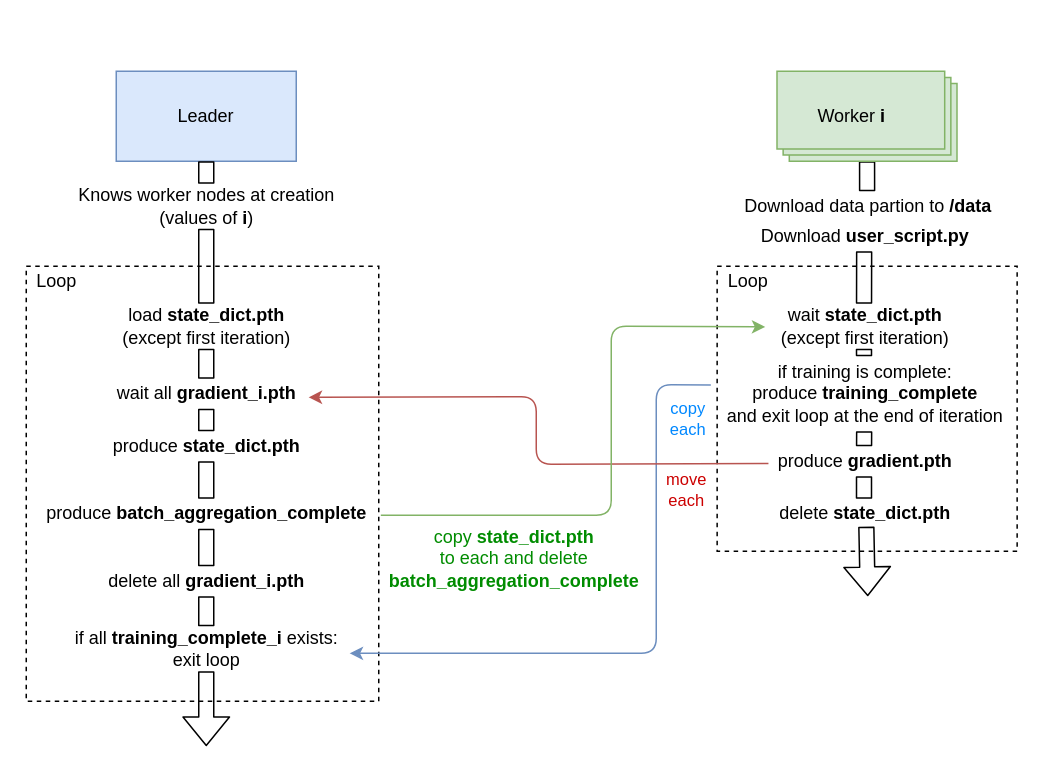
Above: pytorch/documentation.drawio in mercury-protocol/mcy-sgx-gramine (draw.io), before the change. Source tidied: cells renumbered, new cells numbered last; positions are measured from the earlier drawing's top-left corner, leaving out a move shared by most shapes. Both pictures are drawn from the tidied source at 150%, with x=0, y=0 at pixel (26, 70).
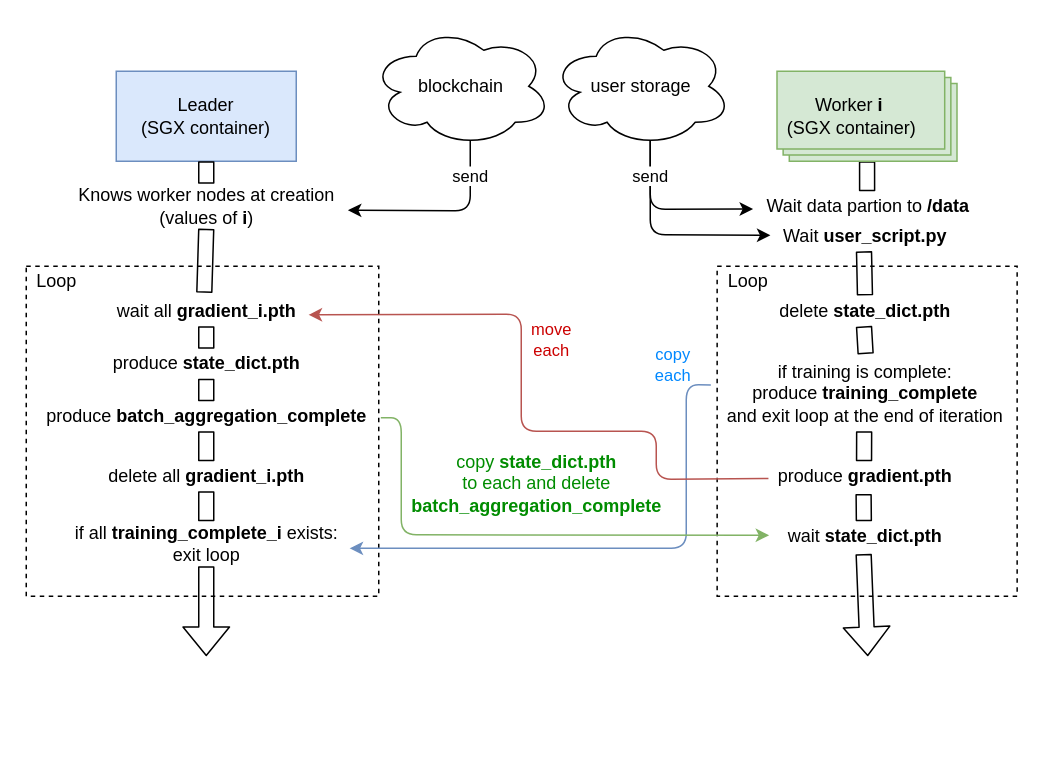
The same diagram, later.

Unchanged cells that the change refers to:
```xml
<mxCell id="7" value="Knows worker nodes at creation&lt;br&gt;(values of &lt;b&gt;i&lt;/b&gt;)" style="text;html=1;align=center;verticalAlign=middle;points=[];strokeColor=none;fillColor=none;labelBackgroundColor=default;" parent="1" vertex="1">
  <mxGeometry x="25" y="75" width="190" height="30" as="geometry" />
</mxCell>
<mxCell id="19" value="if training is complete:&lt;br&gt;produce &lt;b&gt;training_complete&lt;/b&gt;&lt;br&gt;and exit loop at the end of iteration" style="text;html=1;align=center;verticalAlign=middle;points=[];strokeColor=none;fillColor=none;" parent="1" vertex="1">
  <mxGeometry x="458.6" y="190" width="200" height="50" as="geometry" />
</mxCell>
```

Diff of the diagram source:
```diff
@@
     <mxCell id="2" style="rounded=0;whiteSpace=wrap;html=1;labelBackgroundColor=default;dashed=1;fillColor=none;" parent="1" vertex="1">
-      <mxGeometry y="130" width="235" height="290" as="geometry" />
+      <mxGeometry y="130" width="235" height="220" as="geometry" />
     </mxCell>
     <mxCell id="3" style="rounded=0;whiteSpace=wrap;html=1;labelBackgroundColor=default;dashed=1;fillColor=none;" parent="1" vertex="1">
-      <mxGeometry x="460.6" y="130" width="200" height="190" as="geometry" />
+      <mxGeometry x="460.6" y="130" width="200" height="220" as="geometry" />
     </mxCell>
-    <mxCell id="4" value="Leader" style="rounded=0;whiteSpace=wrap;html=1;fillColor=#dae8fc;strokeColor=#6c8ebf;" parent="1" vertex="1">
+    <mxCell id="4" value="Leader&lt;br&gt;(SGX container)" style="rounded=0;whiteSpace=wrap;html=1;fillColor=#dae8fc;strokeColor=#6c8ebf;" parent="1" vertex="1">
       <mxGeometry x="60" width="120" height="60" as="geometry" />
     </mxCell>
     <mxCell id="5" style="shape=flexArrow;endArrow=classic;html=1;exitX=0.5;exitY=1;exitDx=0;exitDy=0;startArrow=none;" parent="1" edge="1" source="30">
       <mxGeometry relative="1" as="geometry">
-        <mxPoint x="120" y="450" as="targetPoint" />
+        <mxPoint x="120" y="390" as="targetPoint" />
       </mxGeometry>
     </mxCell>
-    <mxCell id="6" style="shape=flexArrow;endArrow=classic;html=1;exitX=0.512;exitY=0.926;exitDx=0;exitDy=0;startArrow=none;exitPerimeter=0;" parent="1" edge="1" source="41">
+    <mxCell id="6" style="shape=flexArrow;endArrow=classic;html=1;exitX=0.498;exitY=1.092;exitDx=0;exitDy=0;startArrow=none;exitPerimeter=0;" parent="1" edge="1" source="43">
       <mxGeometry relative="1" as="geometry">
-        <mxPoint x="561" y="350" as="targetPoint" />
+        <mxPoint x="561" y="390" as="targetPoint" />
       </mxGeometry>
     </mxCell>
@@
-    <mxCell id="9" value="Download data partion to &lt;b&gt;/data&lt;/b&gt;" style="text;html=1;align=center;verticalAlign=middle;points=[];strokeColor=none;fillColor=none;" parent="1" vertex="1">
-      <mxGeometry x="470.6" y="80" width="180" height="20" as="geometry" />
+    <mxCell id="9" value="Wait data partion to &lt;b&gt;/data&lt;/b&gt;" style="text;html=1;align=center;verticalAlign=middle;points=[];strokeColor=none;fillColor=none;" parent="1" vertex="1">
+      <mxGeometry x="485.6" y="80" width="150" height="20" as="geometry" />
     </mxCell>
@@
-    <mxCell id="11" value="Download &lt;b&gt;user_script.py&lt;/b&gt;" style="text;html=1;align=center;verticalAlign=middle;points=[];strokeColor=none;fillColor=none;" parent="1" vertex="1">
-      <mxGeometry x="483.6" y="100" width="150" height="20" as="geometry" />
+    <mxCell id="11" value="Wait&amp;nbsp;&lt;b&gt;user_script.py&lt;/b&gt;" style="text;html=1;align=center;verticalAlign=middle;points=[];strokeColor=none;fillColor=none;" parent="1" vertex="1">
+      <mxGeometry x="498.5" y="100" width="120" height="20" as="geometry" />
     </mxCell>
@@
-    <mxCell id="15" value="wait&amp;nbsp;&lt;b&gt;state_dict.pth&lt;/b&gt;&lt;br&gt;(except first iteration)" style="text;html=1;align=center;verticalAlign=middle;points=[];strokeColor=none;fillColor=none;" parent="1" vertex="1">
-      <mxGeometry x="493.5" y="155" width="130" height="30" as="geometry" />
-    </mxCell>
-    <mxCell id="16" style="shape=flexArrow;endArrow=none;html=1;exitX=0.5;exitY=1;exitDx=0;exitDy=0;startArrow=none;" parent="1" edge="1" source="11" target="15">
+    <mxCell id="16" style="shape=flexArrow;endArrow=none;html=1;exitX=0.5;exitY=1;exitDx=0;exitDy=0;startArrow=none;entryX=0.505;entryY=-0.03;entryDx=0;entryDy=0;entryPerimeter=0;" parent="1" edge="1" source="41" target="19">
       <mxGeometry relative="1" as="geometry" />
     </mxCell>
     <mxCell id="17" value="produce &lt;b&gt;state_dict.pth&lt;/b&gt;" style="text;html=1;align=center;verticalAlign=middle;points=[];strokeColor=none;fillColor=none;" parent="1" vertex="1">
-      <mxGeometry x="50" y="240" width="140" height="20" as="geometry" />
+      <mxGeometry x="50" y="185" width="140" height="20" as="geometry" />
     </mxCell>
@@
-    <mxCell id="20" style="shape=flexArrow;endArrow=none;html=1;exitX=0.5;exitY=1;exitDx=0;exitDy=0;startArrow=none;" parent="1" edge="1" source="15" target="19">
-      <mxGeometry relative="1" as="geometry" />
-    </mxCell>
     <mxCell id="21" value="produce &lt;b&gt;gradient.pth&lt;/b&gt;" style="text;html=1;align=center;verticalAlign=middle;points=[];strokeColor=none;fillColor=none;" parent="1" vertex="1">
-      <mxGeometry x="493.5" y="250" width="130" height="20" as="geometry" />
+      <mxGeometry x="493.5" y="260" width="130" height="20" as="geometry" />
     </mxCell>
@@
-    <mxCell id="23" value="load &lt;b&gt;state_dict.pth&lt;/b&gt;&lt;br&gt;(except first iteration)" style="text;html=1;align=center;verticalAlign=middle;points=[];strokeColor=none;fillColor=none;" parent="1" vertex="1">
-      <mxGeometry x="55" y="155" width="130" height="30" as="geometry" />
-    </mxCell>
-    <mxCell id="24" style="shape=flexArrow;endArrow=none;html=1;exitX=0.5;exitY=1;exitDx=0;exitDy=0;startArrow=none;" parent="1" edge="1" source="7" target="23">
+    <mxCell id="24" style="shape=flexArrow;endArrow=none;html=1;exitX=0.5;exitY=1;exitDx=0;exitDy=0;startArrow=none;entryX=0.49;entryY=-0.117;entryDx=0;entryDy=0;entryPerimeter=0;" parent="1" edge="1" source="7" target="25">
       <mxGeometry relative="1" as="geometry" />
     </mxCell>
     <mxCell id="25" value="wait all&amp;nbsp;&lt;b&gt;gradient_i.pth&lt;/b&gt;" style="text;html=1;align=center;verticalAlign=middle;points=[];strokeColor=none;fillColor=none;" parent="1" vertex="1">
-      <mxGeometry x="55" y="205" width="130" height="20" as="geometry" />
+      <mxGeometry x="55" y="150" width="130" height="20" as="geometry" />
     </mxCell>
-    <mxCell id="26" style="shape=flexArrow;endArrow=none;html=1;exitX=0.5;exitY=1;exitDx=0;exitDy=0;startArrow=none;" parent="1" edge="1" source="23" target="25">
-      <mxGeometry relative="1" as="geometry" />
-    </mxCell>
     <mxCell id="27" value="delete all&amp;nbsp;&lt;b&gt;gradient_i.pth&lt;/b&gt;" style="text;html=1;align=center;verticalAlign=middle;points=[];strokeColor=none;fillColor=none;" parent="1" vertex="1">
-      <mxGeometry x="45" y="330" width="150" height="20" as="geometry" />
+      <mxGeometry x="45" y="260" width="150" height="20" as="geometry" />
     </mxCell>
@@
     <mxCell id="30" value="if all&amp;nbsp;&lt;b&gt;training_complete_i&lt;/b&gt;&amp;nbsp;exists:&lt;br&gt;exit loop" style="text;html=1;align=center;verticalAlign=middle;points=[];strokeColor=none;fillColor=none;" parent="1" vertex="1">
-      <mxGeometry x="25" y="370" width="190" height="30" as="geometry" />
+      <mxGeometry x="25" y="300" width="190" height="30" as="geometry" />
     </mxCell>
     <mxCell id="31" style="endArrow=classic;html=1;entryX=1.003;entryY=0.602;entryDx=0;entryDy=0;entryPerimeter=0;fillColor=#dae8fc;strokeColor=#6c8ebf;exitX=-0.011;exitY=0.382;exitDx=0;exitDy=0;exitPerimeter=0;" parent="1" edge="1" source="19" target="30">
       <mxGeometry relative="1" as="geometry">
         <Array as="points">
-          <mxPoint x="420" y="209" />
-          <mxPoint x="420" y="388" />
+          <mxPoint x="440" y="209" />
+          <mxPoint x="440" y="318" />
         </Array>
       </mxGeometry>
     </mxCell>
     <mxCell id="32" value="copy&lt;br&gt;each" style="edgeLabel;html=1;align=center;verticalAlign=middle;fontColor=#0088FF;" parent="31" vertex="1">
       <mxGeometry x="-0.77" y="-2" relative="1" as="geometry">
-        <mxPoint x="22" y="11" as="offset" />
+        <mxPoint x="-8" y="-37" as="offset" />
       </mxGeometry>
     </mxCell>
     <mxCell id="33" style="endArrow=classic;html=1;exitX=0.01;exitY=0.576;exitDx=0;exitDy=0;exitPerimeter=0;entryX=1.025;entryY=0.619;entryDx=0;entryDy=0;entryPerimeter=0;fillColor=#f8cecc;strokeColor=#b85450;" parent="1" edge="1" source="21" target="25">
       <mxGeometry relative="1" as="geometry">
         <Array as="points">
-          <mxPoint x="340" y="262" />
-          <mxPoint x="340" y="217" />
+          <mxPoint x="420" y="272" />
+          <mxPoint x="420" y="240" />
+          <mxPoint x="330" y="240" />
+          <mxPoint x="330" y="162" />
         </Array>
       </mxGeometry>
     </mxCell>
     <mxCell id="34" value="move&lt;br&gt;each" style="edgeLabel;html=1;align=center;verticalAlign=middle;fontColor=#CC0000;" parent="1" vertex="1">
-      <mxGeometry x="500.5" y="280" as="geometry">
+      <mxGeometry x="410" y="180" as="geometry">
         <mxPoint x="-61" y="-2" as="offset" />
       </mxGeometry>
     </mxCell>
-    <mxCell id="35" style="endArrow=classic;html=1;fontColor=#CC0000;exitX=1.006;exitY=0.55;exitDx=0;exitDy=0;exitPerimeter=0;entryX=-0.006;entryY=0.514;entryDx=0;entryDy=0;entryPerimeter=0;fillColor=#d5e8d4;strokeColor=#82b366;" parent="1" edge="1" source="39" target="15">
+    <mxCell id="35" style="endArrow=classic;html=1;fontColor=#CC0000;exitX=1.006;exitY=0.55;exitDx=0;exitDy=0;exitPerimeter=0;entryX=-0.027;entryY=0.467;entryDx=0;entryDy=0;entryPerimeter=0;fillColor=#d5e8d4;strokeColor=#82b366;" parent="1" edge="1" source="39" target="43">
       <mxGeometry relative="1" as="geometry">
         <Array as="points">
-          <mxPoint x="390" y="296" />
-          <mxPoint x="390" y="170" />
+          <mxPoint x="250" y="231" />
+          <mxPoint x="250" y="309" />
         </Array>
       </mxGeometry>
     </mxCell>
     <mxCell id="36" value="&lt;font&gt;copy&amp;nbsp;&lt;b&gt;state_dict.pth&lt;br&gt;&lt;/b&gt;to each and delete&lt;br&gt;&lt;b&gt;batch_aggregation_complete&lt;/b&gt;&lt;br&gt;&lt;/font&gt;" style="text;html=1;align=center;verticalAlign=middle;strokeColor=none;fillColor=none;fontColor=#008C00;" parent="1" vertex="1">
-      <mxGeometry x="235" y="300" width="180" height="50" as="geometry" />
+      <mxGeometry x="250" y="250" width="180" height="50" as="geometry" />
     </mxCell>
@@
-    <mxCell id="38" value="&lt;font color=&quot;#000000&quot;&gt;Worker &lt;b&gt;i&lt;/b&gt;&lt;/font&gt;" style="text;html=1;align=center;verticalAlign=middle;strokeColor=none;fillColor=none;fontColor=#008C00;" parent="1" vertex="1">
-      <mxGeometry x="520" y="20" width="60" height="20" as="geometry" />
+    <mxCell id="38" value="&lt;font color=&quot;#000000&quot;&gt;Worker &lt;b&gt;i&lt;/b&gt;&amp;nbsp;&lt;br&gt;(SGX container)&lt;/font&gt;" style="text;html=1;align=center;verticalAlign=middle;strokeColor=none;fillColor=none;fontColor=#008C00;" parent="1" vertex="1">
+      <mxGeometry x="500" y="15" width="100" height="30" as="geometry" />
     </mxCell>
     <mxCell id="39" value="&lt;font color=&quot;#000000&quot;&gt;produce &lt;b&gt;batch_aggregation_complete&lt;/b&gt;&lt;/font&gt;" style="text;html=1;align=center;verticalAlign=middle;points=[];strokeColor=none;fillColor=none;fontColor=#008C00;" parent="1" vertex="1">
-      <mxGeometry x="5" y="285" width="230" height="20" as="geometry" />
+      <mxGeometry x="5" y="220" width="230" height="20" as="geometry" />
     </mxCell>
@@
+    <mxCell id="43" value="wait&amp;nbsp;&lt;b&gt;state_dict.pth&lt;/b&gt;" style="text;html=1;align=center;verticalAlign=middle;points=[];strokeColor=none;fillColor=none;" parent="1" vertex="1">
+      <mxGeometry x="498.5" y="300" width="120" height="20" as="geometry" />
+    </mxCell>
+    <mxCell id="44" style="shape=flexArrow;endArrow=none;html=1;exitX=0.498;exitY=1.092;exitDx=0;exitDy=0;startArrow=none;exitPerimeter=0;" parent="1" edge="1" source="21" target="43">
+      <mxGeometry relative="1" as="geometry" />
+    </mxCell>
     <mxCell id="41" value="&lt;font color=&quot;#000000&quot;&gt;delete &lt;b&gt;state_dict.pth&lt;/b&gt;&lt;/font&gt;" style="text;html=1;align=center;verticalAlign=middle;points=[];strokeColor=none;fillColor=none;fontColor=#008C00;" parent="1" vertex="1">
-      <mxGeometry x="493.5" y="285" width="130" height="20" as="geometry" />
+      <mxGeometry x="493.5" y="150" width="130" height="20" as="geometry" />
     </mxCell>
-    <mxCell id="42" style="shape=flexArrow;endArrow=none;html=1;exitX=0.5;exitY=1;exitDx=0;exitDy=0;startArrow=none;" parent="1" edge="1" source="21" target="41">
-      <mxGeometry relative="1" as="geometry" />
-    </mxCell>
+    <mxCell id="45" style="shape=flexArrow;endArrow=none;html=1;exitX=0.5;exitY=1;exitDx=0;exitDy=0;startArrow=none;entryX=0.505;entryY=-0.03;entryDx=0;entryDy=0;entryPerimeter=0;" parent="1" edge="1" source="11" target="41">
+      <mxGeometry relative="1" as="geometry" />
+    </mxCell>
+    <mxCell id="46" value="&lt;font color=&quot;#000000&quot;&gt;user storage&lt;/font&gt;" style="ellipse;shape=cloud;whiteSpace=wrap;html=1;shadow=0;glass=0;sketch=0;fontColor=#008C00;" parent="1" vertex="1">
+      <mxGeometry x="350" y="-30" width="120" height="80" as="geometry" />
+    </mxCell>
+    <mxCell id="47" style="endArrow=classic;html=1;fontColor=#008C00;exitX=0.55;exitY=0.95;exitDx=0;exitDy=0;exitPerimeter=0;entryX=-0.007;entryY=0.592;entryDx=0;entryDy=0;entryPerimeter=0;" parent="1" edge="1" source="46" target="9">
+      <mxGeometry relative="1" as="geometry">
+        <Array as="points">
+          <mxPoint x="416" y="92" />
+        </Array>
+      </mxGeometry>
+    </mxCell>
+    <mxCell id="48" style="endArrow=classic;html=1;fontColor=#008C00;entryX=-0.02;entryY=0.467;entryDx=0;entryDy=0;entryPerimeter=0;exitX=0.55;exitY=0.95;exitDx=0;exitDy=0;exitPerimeter=0;" parent="1" edge="1" source="46" target="11">
+      <mxGeometry relative="1" as="geometry">
+        <Array as="points">
+          <mxPoint x="416" y="109" />
+        </Array>
+      </mxGeometry>
+    </mxCell>
+    <mxCell id="49" value="&lt;font color=&quot;#000000&quot;&gt;send&lt;/font&gt;" style="edgeLabel;html=1;align=center;verticalAlign=middle;fontColor=#008C00;" parent="48" vertex="1">
+      <mxGeometry x="-0.68" y="-1" relative="1" as="geometry" />
+    </mxCell>
+    <mxCell id="50" value="&lt;font color=&quot;#000000&quot;&gt;blockchain&lt;/font&gt;" style="ellipse;shape=cloud;whiteSpace=wrap;html=1;shadow=0;glass=0;sketch=0;fontColor=#008C00;" parent="1" vertex="1">
+      <mxGeometry x="230" y="-30" width="120" height="80" as="geometry" />
+    </mxCell>
+    <mxCell id="51" value="&lt;font color=&quot;#000000&quot;&gt;send&lt;/font&gt;" style="endArrow=classic;html=1;fontColor=#008C00;exitX=0.55;exitY=0.95;exitDx=0;exitDy=0;exitPerimeter=0;entryX=0.997;entryY=0.589;entryDx=0;entryDy=0;entryPerimeter=0;" parent="1" edge="1" source="50" target="7">
+      <mxGeometry x="-0.63" relative="1" as="geometry">
+        <Array as="points">
+          <mxPoint x="296" y="93" />
+        </Array>
+      </mxGeometry>
+    </mxCell>
```
